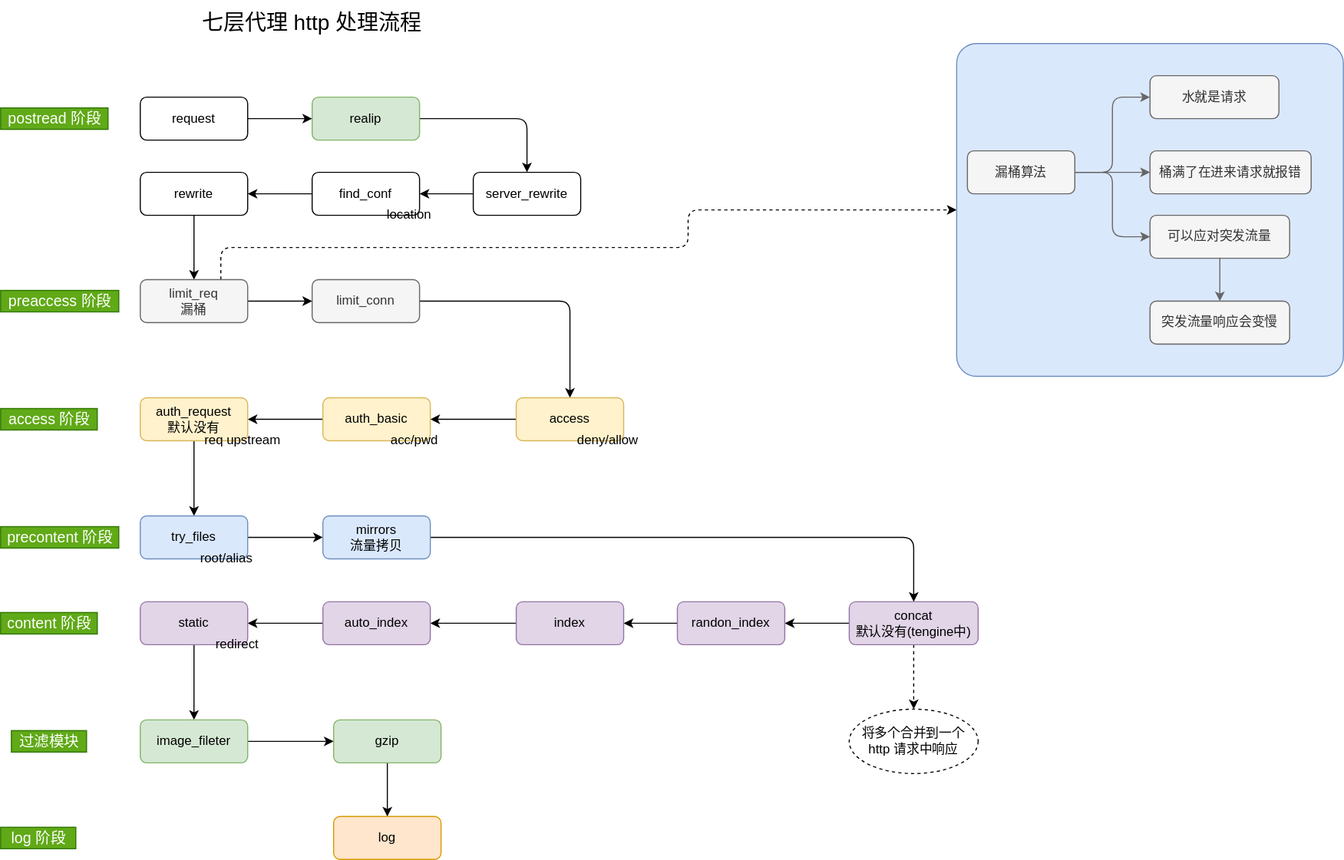
The draw.io diagram diagrams/lb/nginx/03.request.svg in Alice52/diagrams, before a commit. Source tidied: cells renumbered, new cells last; positions are measured from the earlier drawing's top-left corner, leaving out a move shared by most shapes.
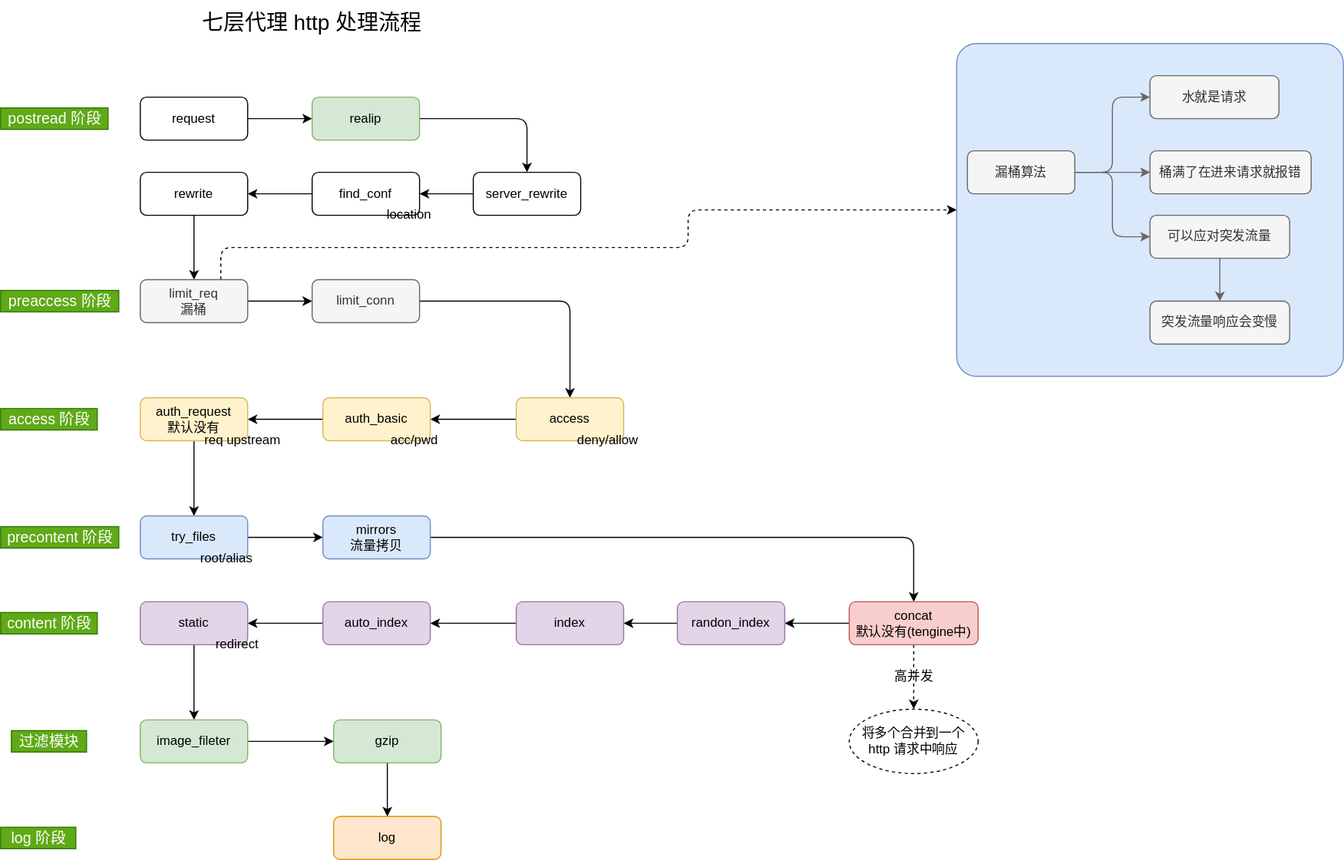
After the change.

Commit message:
interview: add middlwware diagram

The edit, as a diff of the source:
```diff
@@ -88,7 +88,7 @@
     <mxCell id="26" style="edgeStyle=orthogonalEdgeStyle;rounded=1;jettySize=auto;html=1;dashed=1;" parent="1" edge="1" source="27" target="62">
       <mxGeometry relative="1" as="geometry" />
     </mxCell>
-    <mxCell id="27" value="concat&lt;br&gt;默认没有(tengine中)" style="rounded=1;whiteSpace=wrap;html=1;fillColor=#e1d5e7;strokeColor=#9673a6;" parent="1" vertex="1">
+    <mxCell id="27" value="concat&lt;br&gt;默认没有(tengine中)" style="rounded=1;whiteSpace=wrap;html=1;fillColor=#f8cecc;strokeColor=#b85450;" parent="1" vertex="1">
       <mxGeometry x="790" y="560" width="120" height="40" as="geometry" />
     </mxCell>
     <mxCell id="28" style="edgeStyle=orthogonalEdgeStyle;rounded=0;jettySize=auto;html=1;" parent="1" edge="1" source="29" target="31">
@@ -214,5 +214,8 @@
     <mxCell id="68" value="&lt;font style=&quot;font-size: 20px&quot;&gt;七层代理 http 处理流程&lt;/font&gt;" style="text;html=1;strokeColor=none;fillColor=none;align=center;verticalAlign=middle;whiteSpace=wrap;rounded=0;" parent="1" vertex="1">
       <mxGeometry x="130" width="320" height="40" as="geometry" />
     </mxCell>
+    <mxCell id="69" value="&lt;font style=&quot;font-size: 12px&quot;&gt;高并发&lt;/font&gt;" style="text;html=1;align=center;verticalAlign=middle;strokeColor=none;" parent="1" vertex="1">
+      <mxGeometry x="825" y="620" width="50" height="20" as="geometry" />
+    </mxCell>
   </root>
 </mxGraphModel>
```
